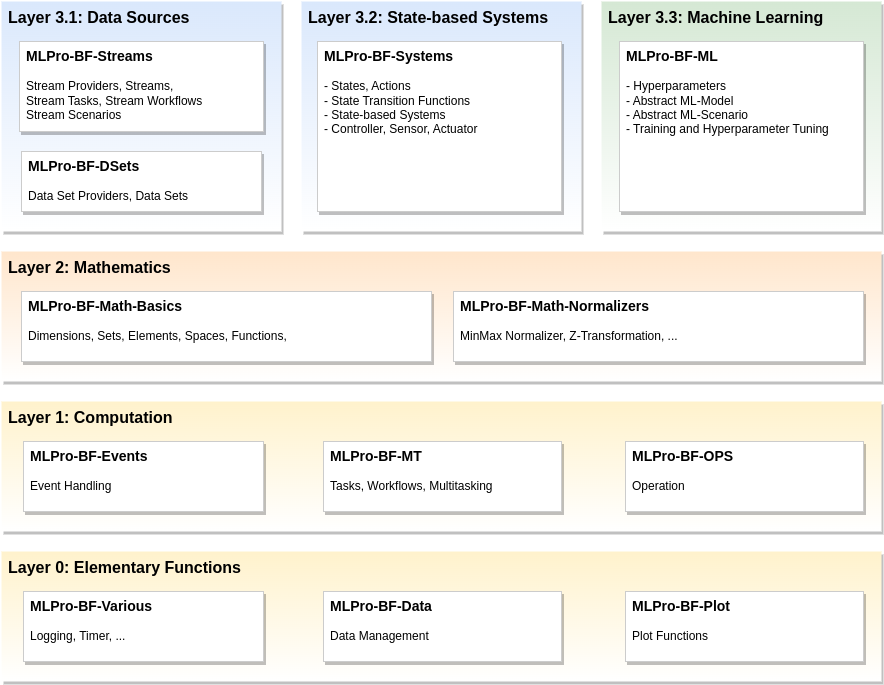
This is doc/rtd/content/bf/images/MLPro-BF_Overview.drawio.png from fhswf/MLPro, a draw.io export, as it was before one commit. Source tidied: cells renumbered, new cells last; positions are measured from the earlier drawing's top-left corner, leaving out a move shared by most shapes.
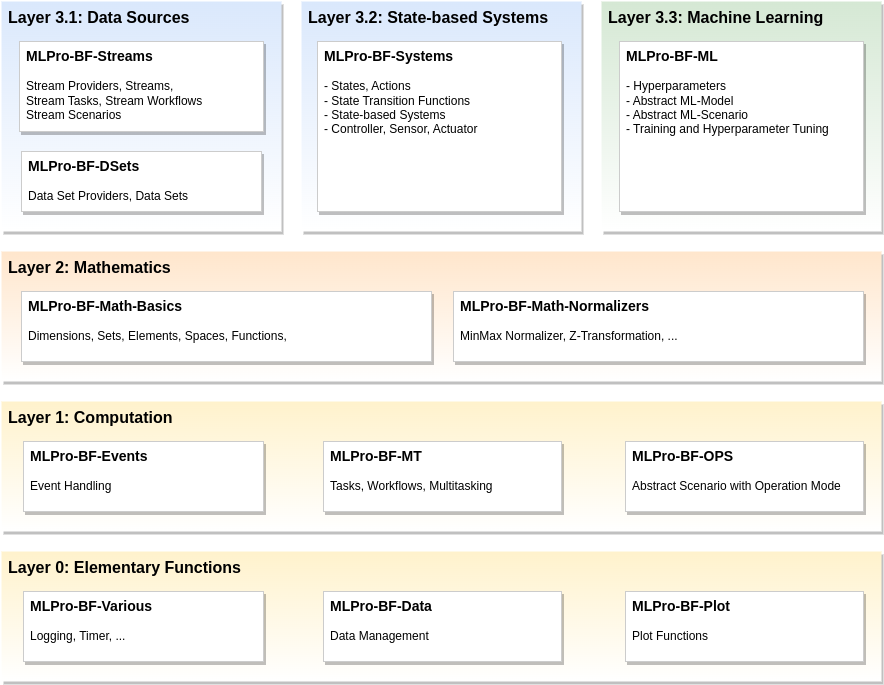
After the commit.

Commit message:
ReadTheDocs - Basic Functions #149

Change to the diagram source:
```diff
@@ -41,7 +41,7 @@
     <mxCell id="14" value="&lt;font style=&quot;font-size: 14px;&quot;&gt;MLPro-BF-DSets&amp;nbsp;&lt;/font&gt;&lt;br&gt;&lt;br&gt;&lt;span style=&quot;font-weight: normal;&quot;&gt;Data Set Providers, Data Sets&lt;/span&gt;" style="rounded=0;whiteSpace=wrap;html=1;glass=0;shadow=1;align=left;verticalAlign=top;fontStyle=1;spacingLeft=5;strokeColor=#CCCCCC;" parent="1" vertex="1">
       <mxGeometry x="20" y="150" width="240" height="60" as="geometry" />
     </mxCell>
-    <mxCell id="15" value="&lt;span style=&quot;font-size: 14px;&quot;&gt;MLPro-BF-OPS&lt;br&gt;&lt;/span&gt;&lt;br&gt;&lt;span style=&quot;font-weight: normal;&quot;&gt;Operation&lt;/span&gt;" style="rounded=0;whiteSpace=wrap;html=1;glass=0;shadow=1;align=left;verticalAlign=top;fontStyle=1;spacingLeft=5;strokeColor=#CCCCCC;" parent="1" vertex="1">
+    <mxCell id="15" value="&lt;span style=&quot;font-size: 14px;&quot;&gt;MLPro-BF-OPS&lt;br&gt;&lt;/span&gt;&lt;br&gt;&lt;span style=&quot;font-weight: 400;&quot;&gt;Abstract Scenario with Operation Mode&lt;/span&gt;" style="rounded=0;whiteSpace=wrap;html=1;glass=0;shadow=1;align=left;verticalAlign=top;fontStyle=1;spacingLeft=5;strokeColor=#CCCCCC;" parent="1" vertex="1">
       <mxGeometry x="624" y="440" width="238" height="70" as="geometry" />
     </mxCell>
     <mxCell id="16" value="&lt;font style=&quot;font-size: 14px;&quot;&gt;MLPro-BF-Systems&lt;br&gt;&lt;/font&gt;&lt;span style=&quot;font-weight: normal;&quot;&gt;&lt;br&gt;- States, Actions&lt;br&gt;- State Transition Functions&lt;br&gt;- State-based Systems&lt;br&gt;- Controller, Sensor, Actuator&lt;br&gt;&lt;/span&gt;" style="rounded=0;whiteSpace=wrap;html=1;glass=0;shadow=1;align=left;verticalAlign=top;fontStyle=1;spacingLeft=5;strokeColor=#CCCCCC;" parent="1" vertex="1">
```
